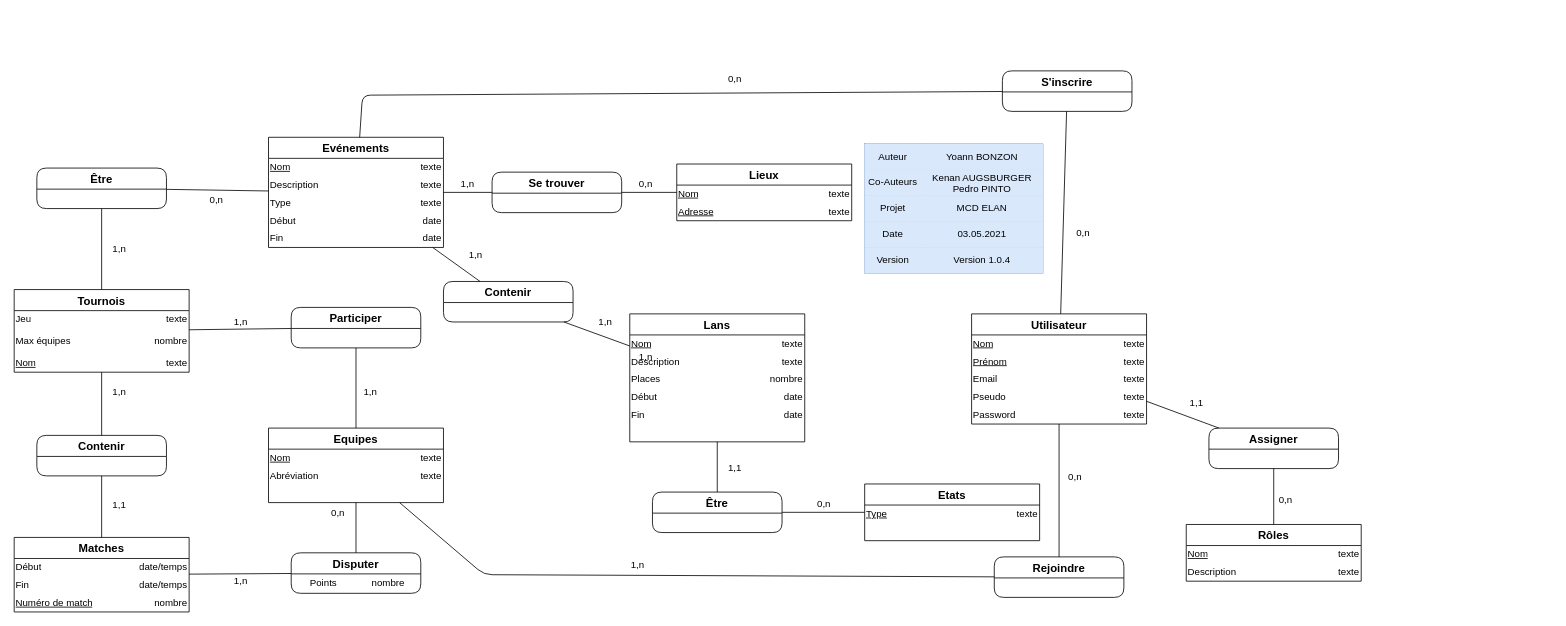
This is DOC/MCD.drawio from yovatar/E-LAN, a draw.io file, before an edit. Source tidied: cells renumbered, new cells numbered last; positions are measured from the earlier drawing's top-left corner, leaving out a move shared by most shapes. Both pictures are drawn from the tidied source at 81%, with x=0, y=0 at pixel (14, 70).
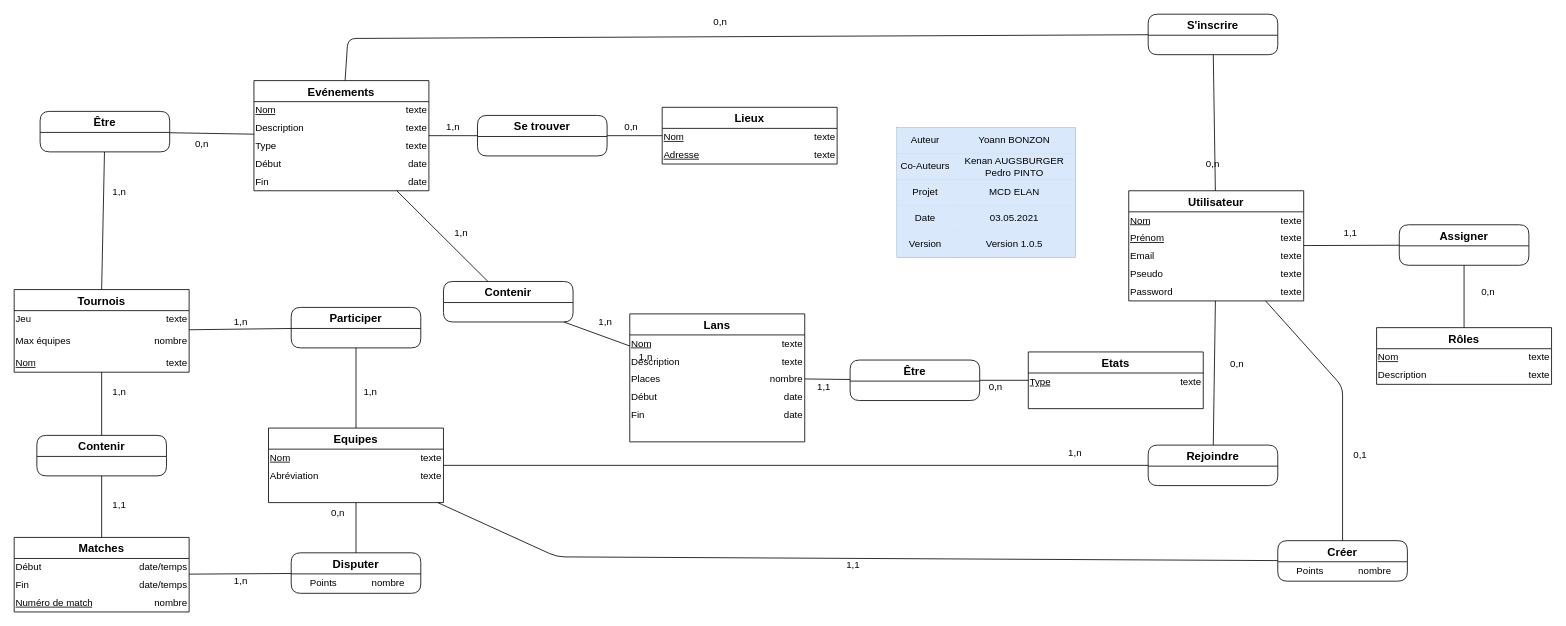
The same diagram, later.

The change refers to these unchanged cells:
```xml
<mxCell id="34" value="Lans" style="swimlane;fontStyle=1;horizontal=1;startSize=26;align=center;fontSize=14;rounded=0;swimlaneFillColor=#ffffff;" parent="1" vertex="1">
  <mxGeometry x="760" y="300" width="216" height="158" as="geometry" />
</mxCell>
<mxCell id="51" style="shape=partialRectangle;html=1;whiteSpace=wrap;fillColor=none;top=0;left=0;bottom=0;right=0;points=[[0,0.5],[1,0.5]];portConstraint=eastwest;" parent="35" vertex="1">
  <mxGeometry y="110" width="216" height="22" as="geometry" />
</mxCell>
<mxCell id="78" value="Equipes" style="swimlane;fontStyle=1;horizontal=1;startSize=26;align=center;fontSize=14;rounded=0;swimlaneFillColor=#ffffff;" parent="1" vertex="1">
  <mxGeometry x="314" y="441" width="216" height="92" as="geometry" />
</mxCell>
<mxCell id="111" value="Tournois" style="swimlane;fontStyle=1;horizontal=1;startSize=26;align=center;fontSize=14;rounded=0;swimlaneFillColor=#ffffff;" parent="1" vertex="1">
  <mxGeometry y="270" width="216" height="102" as="geometry" />
</mxCell>
<mxCell id="167" style="shape=partialRectangle;html=1;whiteSpace=wrap;fillColor=#dae8fc;top=0;left=0;bottom=0;right=0;strokeColor=#6c8ebf;" parent="154" vertex="1">
  <mxGeometry y="128" width="220" height="32" as="geometry" />
</mxCell>
```

Diff of the diagram source:
```diff
@@
     <mxCell id="2" value="Rôles" style="swimlane;fontStyle=1;horizontal=1;startSize=26;align=center;fontSize=14;rounded=0;swimlaneFillColor=#ffffff;" parent="1" vertex="1">
-      <mxGeometry x="1447" y="560" width="216" height="70" as="geometry" />
+      <mxGeometry x="1682" y="317" width="216" height="70" as="geometry" />
     </mxCell>
@@
     <mxCell id="10" value="Assigner" style="swimlane;fontStyle=1;horizontal=1;startSize=26;align=center;fontSize=14;rounded=1;swimlaneFillColor=#ffffff;" parent="1" vertex="1">
-      <mxGeometry x="1475" y="441" width="160" height="50" as="geometry" />
+      <mxGeometry x="1710" y="190" width="160" height="50" as="geometry" />
     </mxCell>
@@
     <mxCell id="15" value="Utilisateur" style="swimlane;fontStyle=1;horizontal=1;startSize=26;align=center;fontSize=14;rounded=0;swimlaneFillColor=#ffffff;" parent="1" vertex="1">
-      <mxGeometry x="1182" y="300" width="216" height="136" as="geometry" />
+      <mxGeometry x="1376" y="148" width="216" height="136" as="geometry" />
     </mxCell>
@@
     <mxCell id="59" value="Evénements" style="swimlane;fontStyle=1;horizontal=1;startSize=26;align=center;fontSize=14;rounded=0;swimlaneFillColor=#ffffff;" parent="1" vertex="1">
-      <mxGeometry x="314" y="82" width="216" height="136" as="geometry" />
+      <mxGeometry x="296" y="12" width="216" height="136" as="geometry" />
     </mxCell>
@@
     <mxCell id="89" value="Rejoindre" style="swimlane;fontStyle=1;horizontal=1;startSize=26;align=center;fontSize=14;rounded=1;swimlaneFillColor=#ffffff;" parent="1" vertex="1">
-      <mxGeometry x="1210" y="600" width="160" height="50" as="geometry" />
+      <mxGeometry x="1400" y="462" width="160" height="50" as="geometry" />
     </mxCell>
@@
     <mxCell id="95" style="endArrow=none;html=1;" parent="1" edge="1" source="89" target="78">
-      <mxGeometry relative="1" as="geometry">
-        <Array as="points">
-          <mxPoint x="580" y="622" />
-        </Array>
-      </mxGeometry>
+      <mxGeometry relative="1" as="geometry" />
     </mxCell>
     <mxCell id="96" value="Lieux" style="swimlane;fontStyle=1;horizontal=1;startSize=26;align=center;fontSize=14;rounded=0;swimlaneFillColor=#ffffff;" parent="1" vertex="1">
-      <mxGeometry x="818" y="115" width="216" height="70" as="geometry" />
+      <mxGeometry x="800" y="45" width="216" height="70" as="geometry" />
     </mxCell>
@@
     <mxCell id="104" value="Se trouver" style="swimlane;fontStyle=1;horizontal=1;startSize=26;align=center;fontSize=14;rounded=1;swimlaneFillColor=#ffffff;" parent="1" vertex="1">
-      <mxGeometry x="590" y="125" width="160" height="50" as="geometry" />
+      <mxGeometry x="572" y="55" width="160" height="50" as="geometry" />
     </mxCell>
@@
     <mxCell id="147" value="Être" style="swimlane;fontStyle=1;horizontal=1;startSize=26;align=center;fontSize=14;rounded=1;swimlaneFillColor=#ffffff;" parent="1" vertex="1">
-      <mxGeometry x="28" y="120" width="160" height="50" as="geometry" />
+      <mxGeometry x="32" y="50" width="160" height="50" as="geometry" />
     </mxCell>
@@
-    <mxCell id="152" style="endArrow=none;html=1;" parent="1" edge="1" source="147" target="111">
+    <mxCell id="152" style="endArrow=none;html=1;entryX=0.5;entryY=0;entryDx=0;entryDy=0;" parent="1" edge="1" source="147" target="111">
       <mxGeometry relative="1" as="geometry" />
     </mxCell>
@@
     <mxCell id="154" style="shape=table;html=1;whiteSpace=wrap;startSize=0;childLayout=tableLayout;fillColor=#dae8fc;strokeColor=#6c8ebf;" parent="1" vertex="1">
-      <mxGeometry x="1050" y="90" width="220" height="160" as="geometry" />
+      <mxGeometry x="1090" y="70" width="220" height="160" as="geometry" />
     </mxCell>
@@
-    <mxCell id="169" value="Version 1.0.4" style="shape=partialRectangle;html=1;whiteSpace=wrap;fillColor=#dae8fc;top=0;left=0;bottom=0;right=0;overflow=hidden;strokeColor=#6c8ebf;" parent="167" vertex="1">
+    <mxCell id="169" value="Version 1.0.5" style="shape=partialRectangle;html=1;whiteSpace=wrap;fillColor=#dae8fc;top=0;left=0;bottom=0;right=0;overflow=hidden;strokeColor=#6c8ebf;" parent="167" vertex="1">
       <mxGeometry x="70" width="150" height="32" as="geometry" />
     </mxCell>
     <mxCell id="170" value="0,n" style="text;html=1;strokeColor=none;fillColor=none;align=center;verticalAlign=middle;whiteSpace=wrap;rounded=0;" parent="1" vertex="1">
-      <mxGeometry x="1550" y="520" width="40" height="20" as="geometry" />
+      <mxGeometry x="1800" y="263" width="40" height="20" as="geometry" />
     </mxCell>
     <mxCell id="171" value="1,1" style="text;html=1;strokeColor=none;fillColor=none;align=center;verticalAlign=middle;whiteSpace=wrap;rounded=0;" parent="1" vertex="1">
-      <mxGeometry x="1440" y="400" width="40" height="20" as="geometry" />
+      <mxGeometry x="1630" y="190" width="40" height="20" as="geometry" />
     </mxCell>
     <mxCell id="172" value="0,n" style="text;html=1;strokeColor=none;fillColor=none;align=center;verticalAlign=middle;whiteSpace=wrap;rounded=0;" parent="1" vertex="1">
-      <mxGeometry x="1290" y="491" width="40" height="20" as="geometry" />
+      <mxGeometry x="1490" y="352" width="40" height="20" as="geometry" />
     </mxCell>
     <mxCell id="173" value="1,n" style="text;html=1;strokeColor=none;fillColor=none;align=center;verticalAlign=middle;whiteSpace=wrap;rounded=0;" parent="1" vertex="1">
-      <mxGeometry x="750" y="600" width="40" height="20" as="geometry" />
+      <mxGeometry x="1290" y="462" width="40" height="20" as="geometry" />
     </mxCell>
@@
     <mxCell id="178" value="0,n" style="text;html=1;strokeColor=none;fillColor=none;align=center;verticalAlign=middle;whiteSpace=wrap;rounded=0;" parent="1" vertex="1">
-      <mxGeometry x="230" y="150" width="40" height="20" as="geometry" />
+      <mxGeometry x="212" y="80" width="40" height="20" as="geometry" />
     </mxCell>
     <mxCell id="179" value="1,n" style="text;html=1;strokeColor=none;fillColor=none;align=center;verticalAlign=middle;whiteSpace=wrap;rounded=0;" parent="1" vertex="1">
-      <mxGeometry x="110" y="210" width="40" height="20" as="geometry" />
+      <mxGeometry x="110" y="140" width="40" height="20" as="geometry" />
     </mxCell>
     <mxCell id="180" value="1,n" style="text;html=1;strokeColor=none;fillColor=none;align=center;verticalAlign=middle;whiteSpace=wrap;rounded=0;" parent="1" vertex="1">
-      <mxGeometry x="540" y="130" width="40" height="20" as="geometry" />
+      <mxGeometry x="522" y="60" width="40" height="20" as="geometry" />
     </mxCell>
     <mxCell id="181" value="0,n" style="text;html=1;strokeColor=none;fillColor=none;align=center;verticalAlign=middle;whiteSpace=wrap;rounded=0;" parent="1" vertex="1">
-      <mxGeometry x="760" y="130" width="40" height="20" as="geometry" />
+      <mxGeometry x="742" y="60" width="40" height="20" as="geometry" />
     </mxCell>
@@
     <mxCell id="183" value="1,n" style="text;html=1;strokeColor=none;fillColor=none;align=center;verticalAlign=middle;whiteSpace=wrap;rounded=0;" parent="1" vertex="1">
-      <mxGeometry x="550" y="218" width="40" height="20" as="geometry" />
+      <mxGeometry x="532" y="190" width="40" height="20" as="geometry" />
     </mxCell>
     <mxCell id="184" value="Etats" style="swimlane;fontStyle=1;horizontal=1;startSize=26;align=center;fontSize=14;rounded=0;swimlaneFillColor=#ffffff;" parent="1" vertex="1">
-      <mxGeometry x="1050" y="510" width="216" height="70" as="geometry" />
+      <mxGeometry x="1252" y="347" width="216" height="70" as="geometry" />
     </mxCell>
@@
     <mxCell id="193" value="Être" style="swimlane;fontStyle=1;horizontal=1;startSize=26;align=center;fontSize=14;rounded=1;swimlaneFillColor=#ffffff;" parent="1" vertex="1">
-      <mxGeometry x="788" y="520" width="160" height="50" as="geometry" />
+      <mxGeometry x="1032" y="357" width="160" height="50" as="geometry" />
     </mxCell>
@@
-    <mxCell id="198" style="endArrow=none;html=1;entryX=0.5;entryY=0;entryDx=0;entryDy=0;" parent="1" edge="1" source="51" target="193">
+    <mxCell id="198" style="endArrow=none;html=1;" parent="1" edge="1" source="34" target="193">
       <mxGeometry relative="1" as="geometry" />
     </mxCell>
     <mxCell id="199" value="S'inscrire" style="swimlane;fontStyle=1;horizontal=1;startSize=26;align=center;fontSize=14;rounded=1;swimlaneFillColor=#ffffff;" parent="1" vertex="1">
-      <mxGeometry x="1220" width="160" height="50" as="geometry" />
+      <mxGeometry x="1400" y="-70" width="160" height="50" as="geometry" />
     </mxCell>
@@
     <mxCell id="204" style="endArrow=none;html=1;fontStyle=1;" parent="1" edge="1" source="199" target="59">
       <mxGeometry relative="1" as="geometry">
         <Array as="points">
-          <mxPoint x="430" y="30" />
+          <mxPoint x="412" y="-40" />
         </Array>
       </mxGeometry>
     </mxCell>
@@
     <mxCell id="216" value="1,1" style="text;html=1;strokeColor=none;fillColor=none;align=center;verticalAlign=middle;whiteSpace=wrap;rounded=0;" parent="1" vertex="1">
-      <mxGeometry x="870" y="480" width="40" height="20" as="geometry" />
+      <mxGeometry x="980" y="380" width="40" height="20" as="geometry" />
     </mxCell>
     <mxCell id="217" value="0,n" style="text;html=1;strokeColor=none;fillColor=none;align=center;verticalAlign=middle;whiteSpace=wrap;rounded=0;" parent="1" vertex="1">
-      <mxGeometry x="980" y="525" width="40" height="20" as="geometry" />
+      <mxGeometry x="1192" y="380" width="40" height="20" as="geometry" />
     </mxCell>
     <mxCell id="218" value="0,n" style="text;html=1;strokeColor=none;fillColor=none;align=center;verticalAlign=middle;whiteSpace=wrap;rounded=0;" parent="1" vertex="1">
-      <mxGeometry x="1300" y="190" width="40" height="20" as="geometry" />
+      <mxGeometry x="1460" y="105" width="40" height="20" as="geometry" />
     </mxCell>
     <mxCell id="219" value="0,n" style="text;html=1;strokeColor=none;fillColor=none;align=center;verticalAlign=middle;whiteSpace=wrap;rounded=0;" parent="1" vertex="1">
-      <mxGeometry x="870" width="40" height="20" as="geometry" />
+      <mxGeometry x="852" y="-70" width="40" height="20" as="geometry" />
     </mxCell>
+    <mxCell id="220" value="Créer" style="swimlane;fontStyle=1;horizontal=1;startSize=26;align=center;fontSize=14;rounded=1;swimlaneFillColor=#ffffff;" parent="1" vertex="1">
+      <mxGeometry x="1560" y="580" width="160" height="50" as="geometry" />
+    </mxCell>
+    <mxCell id="221" style="shape=table;html=1;whiteSpace=wrap;startSize=0;childLayout=tableLayout;fillColor=none;strokeColor=none;" parent="220" vertex="1">
+      <mxGeometry y="26" width="160" height="24" as="geometry" />
+    </mxCell>
+    <mxCell id="222" style="shape=partialRectangle;html=1;whiteSpace=wrap;fillColor=none;top=0;left=0;bottom=0;right=0;" parent="221" vertex="1">
+      <mxGeometry width="160" height="24" as="geometry" />
+    </mxCell>
+    <mxCell id="223" value="Points" style="shape=partialRectangle;html=1;whiteSpace=wrap;fillColor=none;top=0;left=0;bottom=0;right=0;overflow=hidden;strokeColor=none;" parent="222" vertex="1">
+      <mxGeometry width="80" height="24" as="geometry" />
+    </mxCell>
+    <mxCell id="224" value="nombre" style="shape=partialRectangle;html=1;whiteSpace=wrap;fillColor=none;top=0;left=0;bottom=0;right=0;overflow=hidden;" parent="222" vertex="1">
+      <mxGeometry x="80" width="80" height="24" as="geometry" />
+    </mxCell>
+    <mxCell id="225" style="endArrow=none;html=1;" parent="1" edge="1" source="15" target="220">
+      <mxGeometry relative="1" as="geometry">
+        <Array as="points">
+          <mxPoint x="1640" y="390" />
+        </Array>
+      </mxGeometry>
+    </mxCell>
+    <mxCell id="226" style="endArrow=none;html=1;" parent="1" edge="1" source="78" target="220">
+      <mxGeometry relative="1" as="geometry">
+        <Array as="points">
+          <mxPoint x="670" y="600" />
+        </Array>
+      </mxGeometry>
+    </mxCell>
+    <mxCell id="227" value="0,1" style="text;html=1;strokeColor=none;fillColor=none;align=center;verticalAlign=middle;whiteSpace=wrap;rounded=0;" parent="1" vertex="1">
+      <mxGeometry x="1642" y="465" width="40" height="20" as="geometry" />
+    </mxCell>
+    <mxCell id="228" value="1,1" style="text;html=1;strokeColor=none;fillColor=none;align=center;verticalAlign=middle;whiteSpace=wrap;rounded=0;" parent="1" vertex="1">
+      <mxGeometry x="1016" y="600" width="40" height="20" as="geometry" />
+    </mxCell>
```
